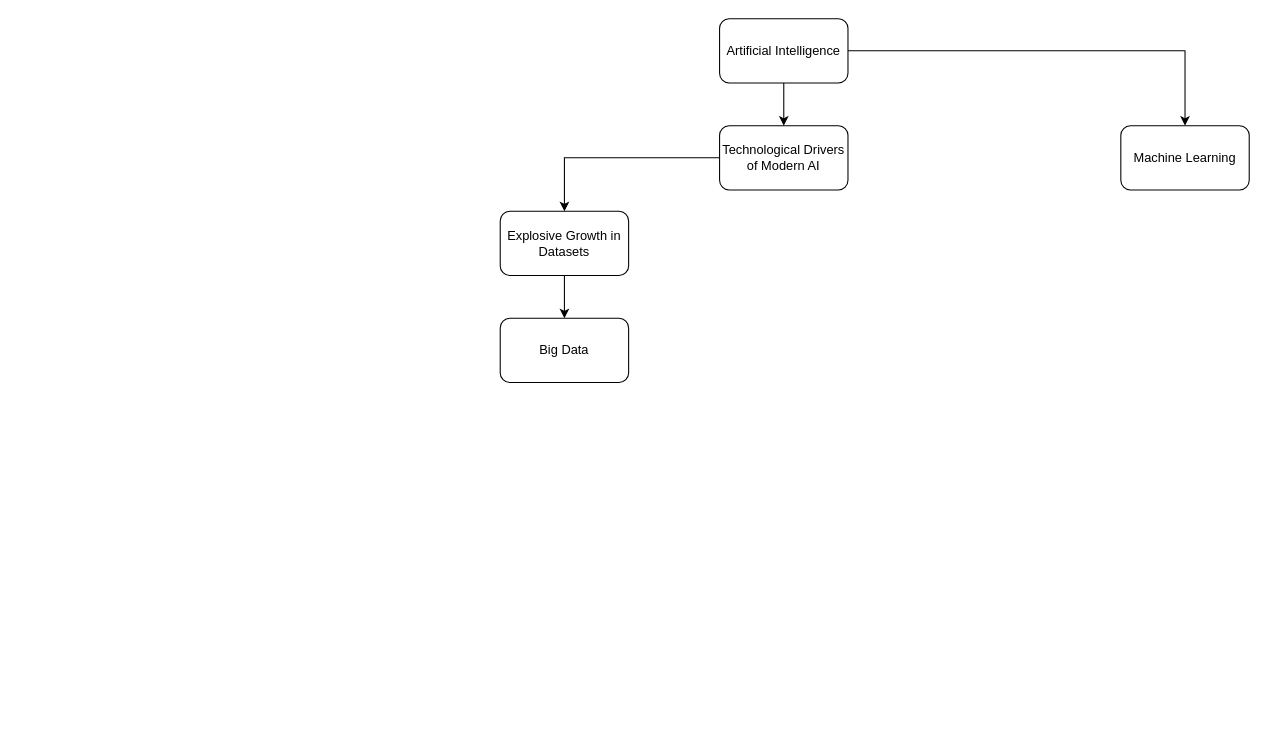
fauzan923/Framework-dan-Use-Case-Artificial-Intelligence keeps this draw.io diagram as Diagram/Untitled Diagram.drawio. Above is the earlier version. Source tidied: cells renumbered, new cells numbered last; positions are measured from the earlier drawing's top-left corner, leaving out a move shared by most shapes. Both pictures are drawn from the tidied source at 107%, with x=0, y=0 at pixel (500, 18).
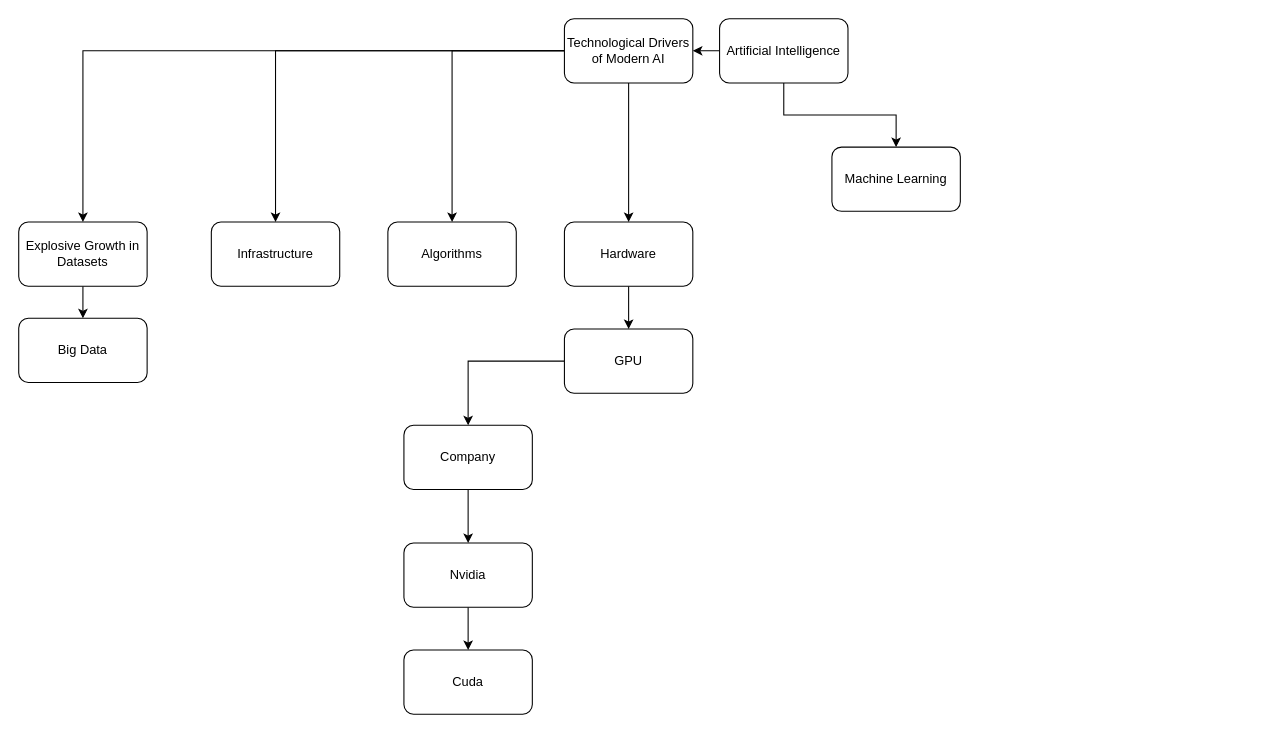
After the change.

What changed in the source:
```diff
@@
     <mxCell id="5" value="Machine Learning" style="rounded=1;whiteSpace=wrap;html=1;" parent="1" vertex="1" collapsed="1">
-      <mxGeometry x="580" y="100" width="120" height="60" as="geometry" />
+      <mxGeometry x="310" y="120" width="120" height="60" as="geometry" />
     </mxCell>
@@
+    <mxCell id="11" style="edgeStyle=orthogonalEdgeStyle;rounded=0;jettySize=auto;html=1;" parent="1" edge="1" source="7" target="14">
+      <mxGeometry relative="1" as="geometry" />
+    </mxCell>
+    <mxCell id="12" style="edgeStyle=orthogonalEdgeStyle;rounded=0;jettySize=auto;html=1;" parent="1" edge="1" source="7" target="15">
+      <mxGeometry relative="1" as="geometry" />
+    </mxCell>
+    <mxCell id="13" style="edgeStyle=orthogonalEdgeStyle;rounded=0;jettySize=auto;html=1;" parent="1" edge="1" source="7" target="17">
+      <mxGeometry relative="1" as="geometry" />
+    </mxCell>
     <mxCell id="7" value="Technological Drivers of Modern AI" style="rounded=1;whiteSpace=wrap;html=1;" parent="1" vertex="1">
-      <mxGeometry x="205" y="100" width="120" height="60" as="geometry" />
+      <mxGeometry x="60" width="120" height="60" as="geometry" />
     </mxCell>
@@
     <mxCell id="9" value="Explosive Growth in Datasets" style="rounded=1;whiteSpace=wrap;html=1;" parent="1" vertex="1">
-      <mxGeometry y="180" width="120" height="60" as="geometry" />
+      <mxGeometry x="-450" y="190" width="120" height="60" as="geometry" />
     </mxCell>
     <mxCell id="10" value="Big Data" style="rounded=1;whiteSpace=wrap;html=1;" parent="1" vertex="1">
-      <mxGeometry y="280" width="120" height="60" as="geometry" />
+      <mxGeometry x="-450" y="280" width="120" height="60" as="geometry" />
     </mxCell>
+    <mxCell id="14" value="Infrastructure" style="rounded=1;whiteSpace=wrap;html=1;" parent="1" vertex="1">
+      <mxGeometry x="-270" y="190" width="120" height="60" as="geometry" />
+    </mxCell>
+    <mxCell id="15" value="Algorithms" style="rounded=1;whiteSpace=wrap;html=1;" parent="1" vertex="1">
+      <mxGeometry x="-105" y="190" width="120" height="60" as="geometry" />
+    </mxCell>
+    <mxCell id="16" style="edgeStyle=orthogonalEdgeStyle;rounded=0;jettySize=auto;html=1;" parent="1" edge="1" source="17" target="19">
+      <mxGeometry relative="1" as="geometry" />
+    </mxCell>
+    <mxCell id="17" value="Hardware" style="rounded=1;whiteSpace=wrap;html=1;" parent="1" vertex="1">
+      <mxGeometry x="60" y="190" width="120" height="60" as="geometry" />
+    </mxCell>
+    <mxCell id="18" style="edgeStyle=orthogonalEdgeStyle;rounded=0;jettySize=auto;html=1;" parent="1" edge="1" source="19" target="21">
+      <mxGeometry relative="1" as="geometry" />
+    </mxCell>
+    <mxCell id="19" value="GPU" style="rounded=1;whiteSpace=wrap;html=1;" parent="1" vertex="1">
+      <mxGeometry x="60" y="290" width="120" height="60" as="geometry" />
+    </mxCell>
+    <mxCell id="20" style="edgeStyle=orthogonalEdgeStyle;rounded=0;jettySize=auto;html=1;" parent="1" edge="1" source="21" target="23">
+      <mxGeometry relative="1" as="geometry" />
+    </mxCell>
+    <mxCell id="21" value="Company" style="rounded=1;whiteSpace=wrap;html=1;" parent="1" vertex="1">
+      <mxGeometry x="-90" y="380" width="120" height="60" as="geometry" />
+    </mxCell>
+    <mxCell id="22" style="edgeStyle=orthogonalEdgeStyle;rounded=0;jettySize=auto;html=1;" parent="1" edge="1" source="23" target="24">
+      <mxGeometry relative="1" as="geometry" />
+    </mxCell>
+    <mxCell id="23" value="Nvidia" style="rounded=1;whiteSpace=wrap;html=1;" parent="1" vertex="1">
+      <mxGeometry x="-90" y="490" width="120" height="60" as="geometry" />
+    </mxCell>
+    <mxCell id="24" value="Cuda" style="rounded=1;whiteSpace=wrap;html=1;" parent="1" vertex="1">
+      <mxGeometry x="-90" y="590" width="120" height="60" as="geometry" />
+    </mxCell>
```
